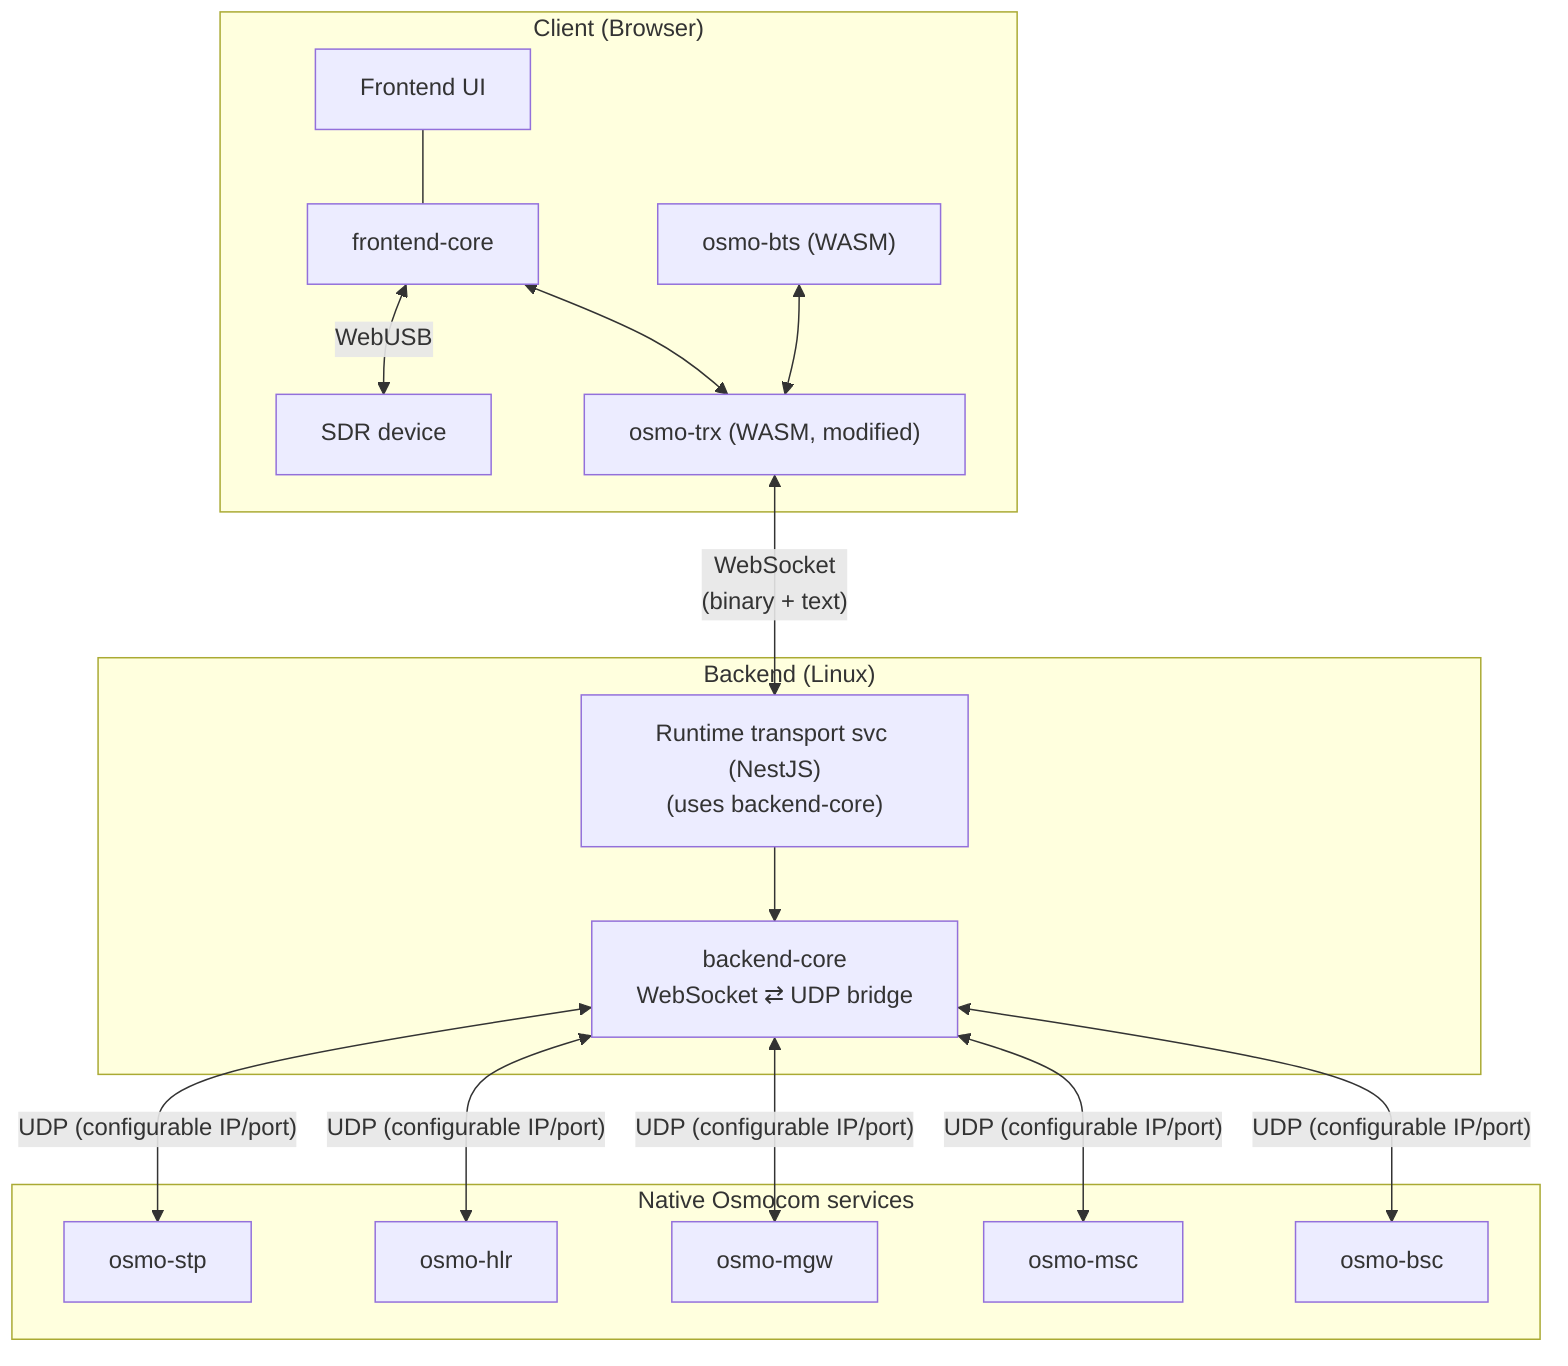
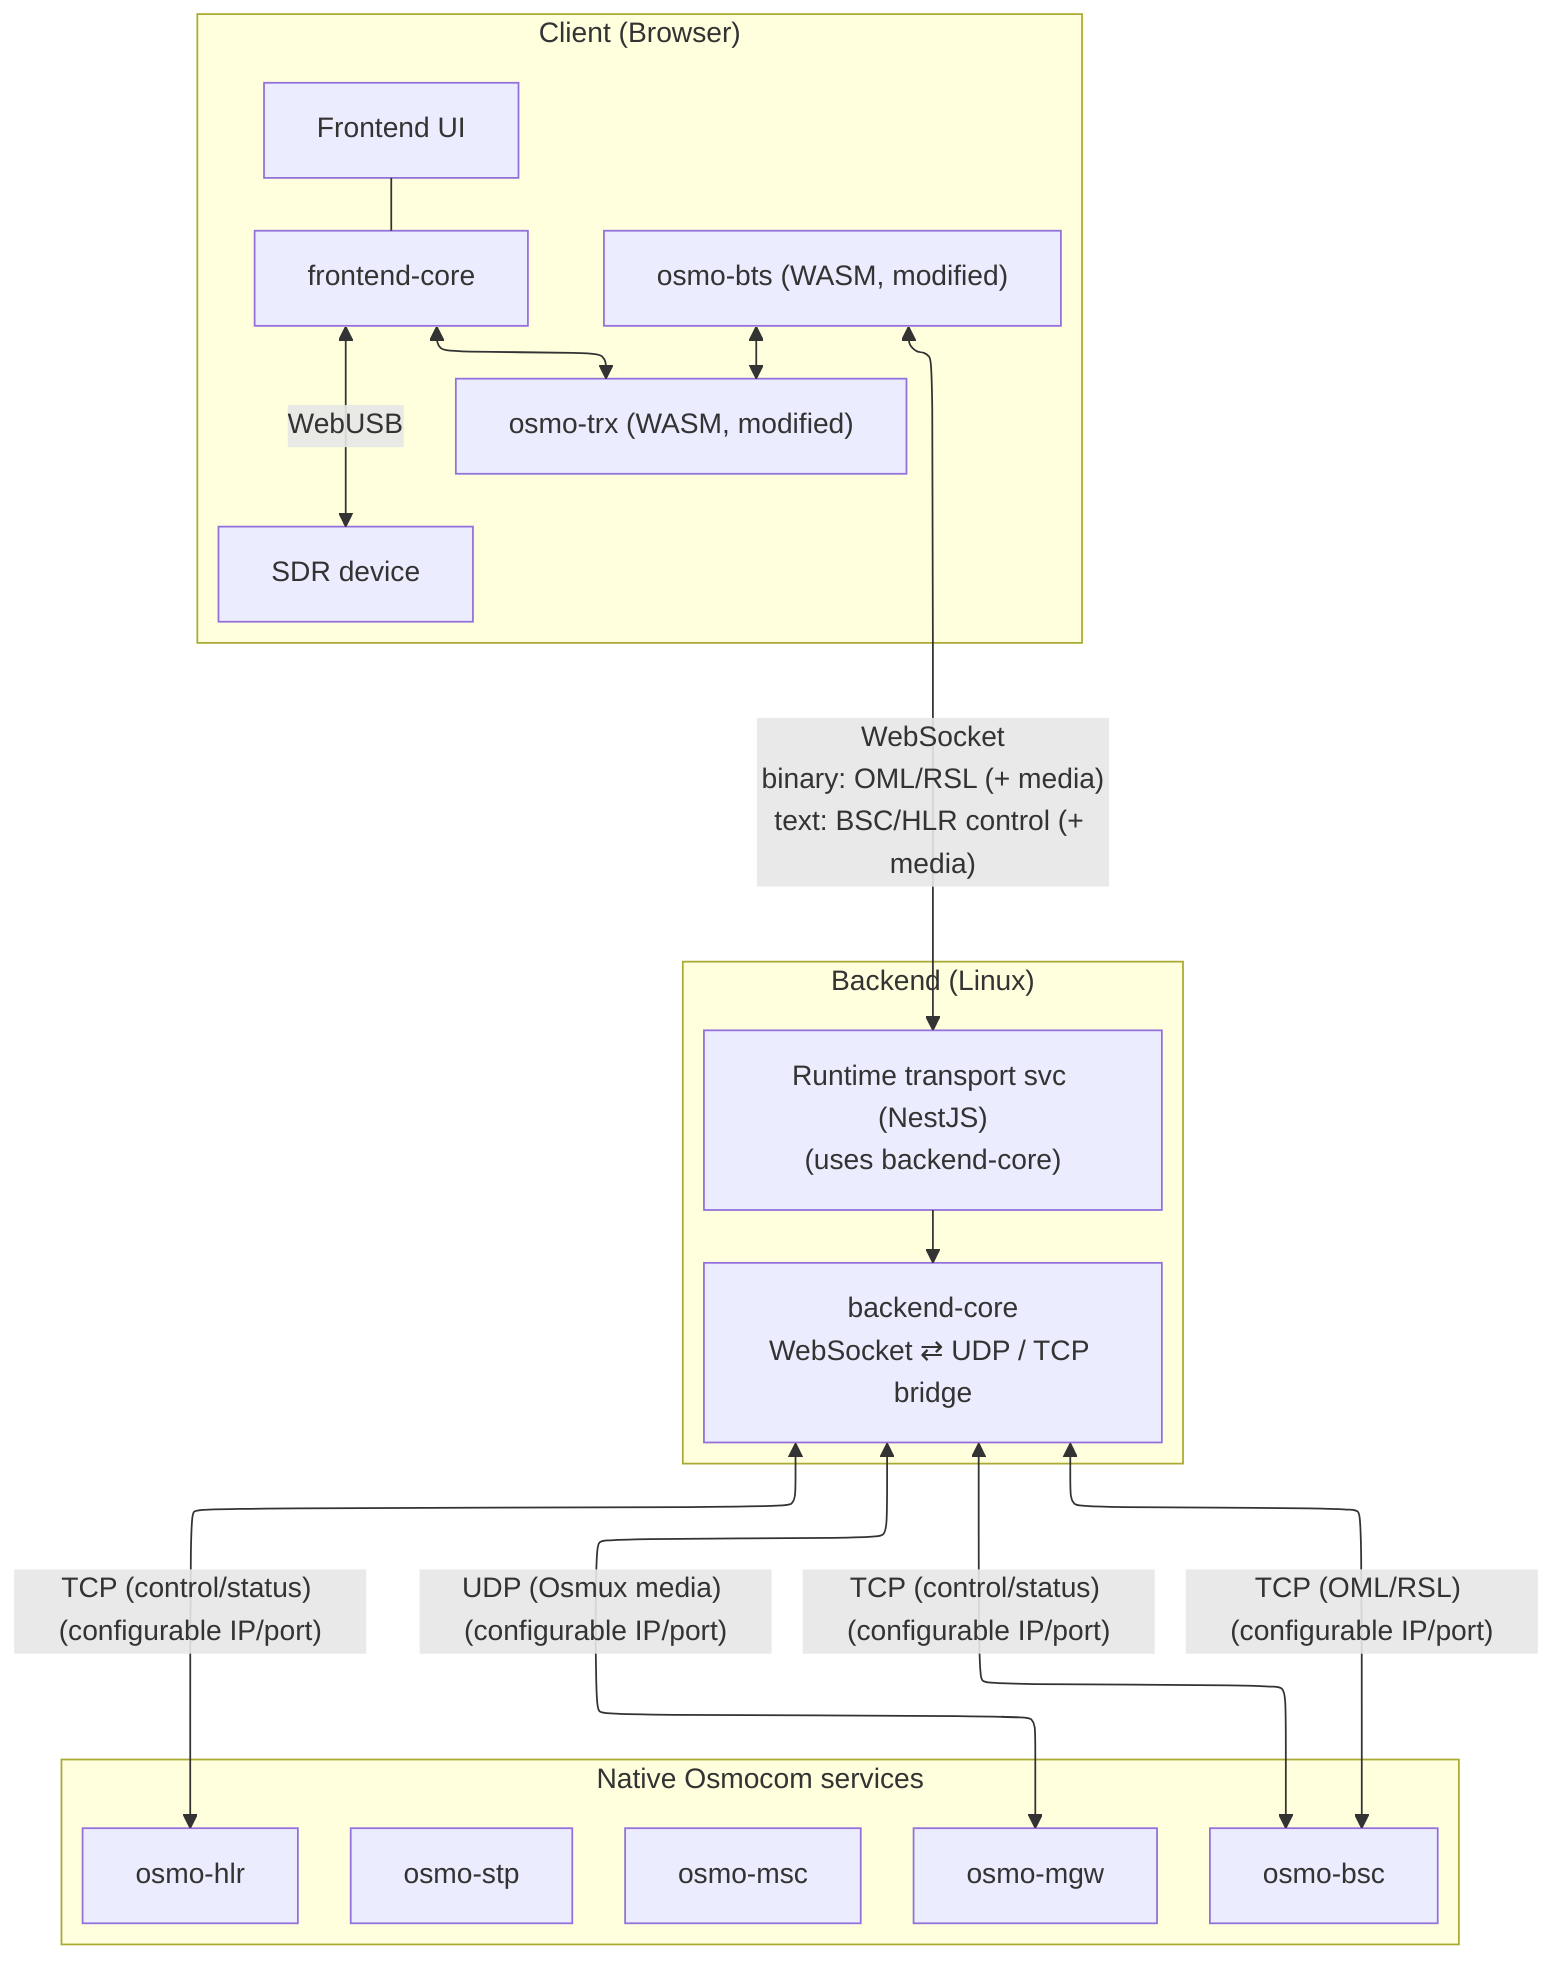
+ ---
+ config:
+   layout: elk
+ ---
flowchart TB
  subgraph Browser["Client (Browser)"]
    SDR["SDR device"]
    FEC["frontend-core"]
    UI["Frontend UI"]
-     BTS["osmo-bts (WASM)"]
+     BTS["osmo-bts (WASM, modified)"]
    TRX["osmo-trx (WASM, modified)"]

    UI --- FEC
    FEC <--> |"WebUSB"| SDR
    BTS <--> TRX
    FEC <--> TRX
  end

  subgraph Backend["Backend (Linux)"]
    RTS["Runtime transport svc (NestJS)<br/>(uses backend-core)"]
-     CORE["backend-core<br/>WebSocket ⇄ UDP bridge"]
+     CORE["backend-core<br/>WebSocket ⇄ UDP / TCP bridge"]
  end

  subgraph OSMO["Native Osmocom services"]
    STP["osmo-stp"]
    HLR["osmo-hlr"]
    MGW["osmo-mgw"]
    MSC["osmo-msc"]
    BSC["osmo-bsc"]
  end

-   TRX <--> |"WebSocket<br/>(binary + text)"| RTS
+   BTS <--> |"WebSocket<br/>binary: OML/RSL (+ media)<br/>text: BSC/HLR control (+ media)"| RTS
  RTS --> CORE

-   CORE <--> |"UDP (configurable IP/port)"| STP
-   CORE <--> |"UDP (configurable IP/port)"| HLR
-   CORE <--> |"UDP (configurable IP/port)"| MGW
-   CORE <--> |"UDP (configurable IP/port)"| MSC
-   CORE <--> |"UDP (configurable IP/port)"| BSC
+   CORE <--> |"TCP (OML/RSL) (configurable IP/port)"| BSC
+   CORE <--> |"TCP (control/status) (configurable IP/port)"| BSC
+   CORE <--> |"TCP (control/status) (configurable IP/port)"| HLR
+   CORE <--> |"UDP (Osmux media) (configurable IP/port)"| MGW
